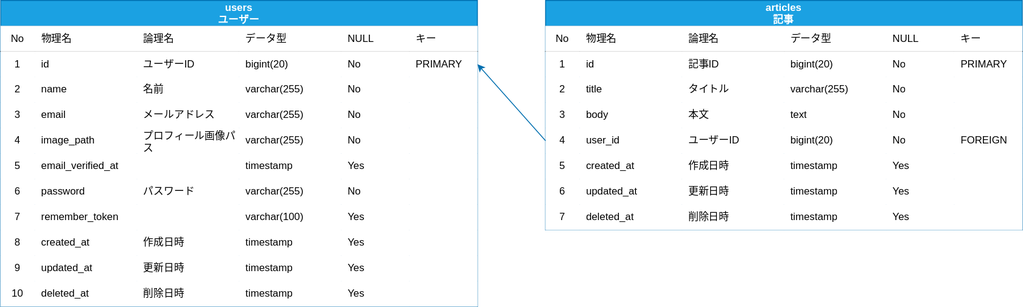
Above: document/er.drawio.svg in Migisan/laravel-vue-project (draw.io), before the change. Source tidied: cells renumbered, new cells last; positions are measured from the earlier drawing's top-left corner, leaving out a move shared by most shapes.
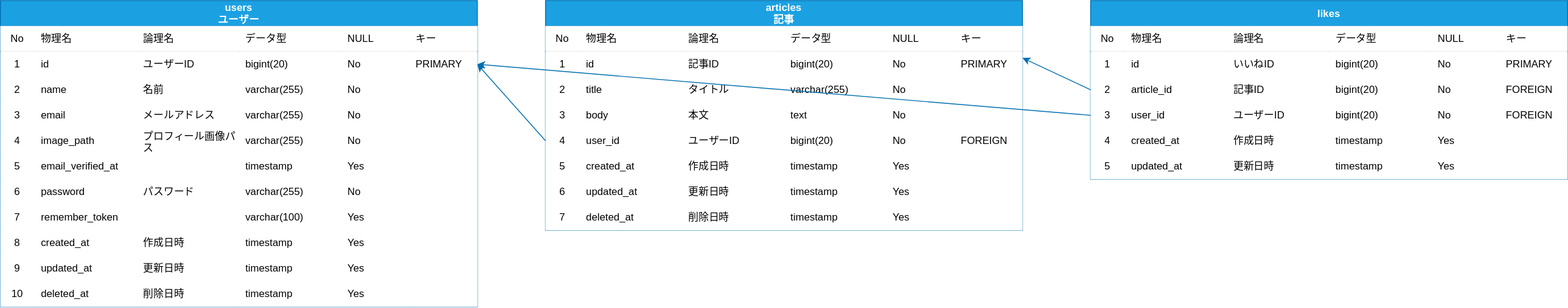
Above is the later version.

Commit message:
ER図にlikesテーブル追加

Diff of the diagram source:
```diff
@@ -410,5 +410,140 @@
     <mxCell id="137" style="html=1;exitX=0;exitY=0.5;exitDx=0;exitDy=0;entryX=1;entryY=0.5;entryDx=0;entryDy=0;fontColor=#FFFFFF;fillColor=#1ba1e2;strokeColor=#006EAF;" parent="1" edge="1" source="109" target="10">
       <mxGeometry relative="1" as="geometry" />
     </mxCell>
+    <mxCell id="138" value="likes" style="shape=table;startSize=30;rowLines=0;fontStyle=1;align=center;fillColor=#1ba1e2;fontColor=#ffffff;strokeColor=#006EAF;" parent="1" vertex="1">
+      <mxGeometry x="1280" width="560" height="210" as="geometry" />
+    </mxCell>
+    <mxCell id="139" style="shape=partialRectangle;html=1;whiteSpace=wrap;top=0;left=0;bottom=1;right=0;" parent="138" vertex="1">
+      <mxGeometry y="30" width="560" height="30" as="geometry" />
+    </mxCell>
+    <mxCell id="140" value="No" style="shape=partialRectangle;html=1;whiteSpace=wrap;top=0;left=0;bottom=0;right=0;overflow=hidden;" parent="139" vertex="1">
+      <mxGeometry width="40" height="30" as="geometry" />
+    </mxCell>
+    <mxCell id="141" value="物理名" style="shape=partialRectangle;html=1;whiteSpace=wrap;top=0;left=0;bottom=0;right=0;align=left;spacingLeft=6;overflow=hidden;" parent="139" vertex="1">
+      <mxGeometry x="40" width="120" height="30" as="geometry" />
+    </mxCell>
+    <mxCell id="142" value="論理名" style="shape=partialRectangle;html=1;whiteSpace=wrap;top=0;left=0;bottom=0;right=0;align=left;spacingLeft=6;overflow=hidden;" parent="139" vertex="1">
+      <mxGeometry x="160" width="120" height="30" as="geometry" />
+    </mxCell>
+    <mxCell id="143" value="データ型" style="shape=partialRectangle;html=1;whiteSpace=wrap;top=0;left=0;bottom=0;right=0;align=left;spacingLeft=6;overflow=hidden;" parent="139" vertex="1">
+      <mxGeometry x="280" width="120" height="30" as="geometry" />
+    </mxCell>
+    <mxCell id="144" value="NULL" style="shape=partialRectangle;html=1;whiteSpace=wrap;top=0;left=0;bottom=0;right=0;align=left;spacingLeft=6;overflow=hidden;" parent="139" vertex="1">
+      <mxGeometry x="400" width="80" height="30" as="geometry" />
+    </mxCell>
+    <mxCell id="145" value="キー" style="shape=partialRectangle;html=1;whiteSpace=wrap;top=0;left=0;bottom=0;right=0;align=left;spacingLeft=6;overflow=hidden;" parent="139" vertex="1">
+      <mxGeometry x="480" width="80" height="30" as="geometry" />
+    </mxCell>
+    <mxCell id="146" style="shape=partialRectangle;html=1;whiteSpace=wrap;top=0;left=0;bottom=0;right=0;" parent="138" vertex="1">
+      <mxGeometry y="60" width="560" height="30" as="geometry" />
+    </mxCell>
+    <mxCell id="147" value="1" style="shape=partialRectangle;html=1;whiteSpace=wrap;top=0;left=0;bottom=0;right=0;overflow=hidden;" parent="146" vertex="1">
+      <mxGeometry width="40" height="30" as="geometry" />
+    </mxCell>
+    <mxCell id="148" value="id" style="shape=partialRectangle;html=1;whiteSpace=wrap;top=0;left=0;bottom=0;right=0;align=left;spacingLeft=6;overflow=hidden;" parent="146" vertex="1">
+      <mxGeometry x="40" width="120" height="30" as="geometry" />
+    </mxCell>
+    <mxCell id="149" value="いいねID" style="shape=partialRectangle;html=1;whiteSpace=wrap;top=0;left=0;bottom=0;right=0;align=left;spacingLeft=6;overflow=hidden;" parent="146" vertex="1">
+      <mxGeometry x="160" width="120" height="30" as="geometry" />
+    </mxCell>
+    <mxCell id="150" value="bigint(20)" style="shape=partialRectangle;html=1;whiteSpace=wrap;top=0;left=0;bottom=0;right=0;align=left;spacingLeft=6;overflow=hidden;" parent="146" vertex="1">
+      <mxGeometry x="280" width="120" height="30" as="geometry" />
+    </mxCell>
+    <mxCell id="151" value="No" style="shape=partialRectangle;html=1;whiteSpace=wrap;top=0;left=0;bottom=0;right=0;align=left;spacingLeft=6;overflow=hidden;" parent="146" vertex="1">
+      <mxGeometry x="400" width="80" height="30" as="geometry" />
+    </mxCell>
+    <mxCell id="152" value="PRIMARY" style="shape=partialRectangle;html=1;whiteSpace=wrap;top=0;left=0;bottom=0;right=0;align=left;spacingLeft=6;overflow=hidden;" parent="146" vertex="1">
+      <mxGeometry x="480" width="80" height="30" as="geometry" />
+    </mxCell>
+    <mxCell id="153" style="shape=partialRectangle;html=1;whiteSpace=wrap;top=0;left=0;bottom=0;right=0;points=[[0,0.5],[1,0.5]];portConstraint=eastwest;" parent="138" vertex="1">
+      <mxGeometry y="90" width="560" height="30" as="geometry" />
+    </mxCell>
+    <mxCell id="154" value="2" style="shape=partialRectangle;html=1;whiteSpace=wrap;top=0;left=0;bottom=0;right=0;overflow=hidden;" parent="153" vertex="1">
+      <mxGeometry width="40" height="30" as="geometry" />
+    </mxCell>
+    <mxCell id="155" value="article_id" style="shape=partialRectangle;html=1;whiteSpace=wrap;top=0;left=0;bottom=0;right=0;align=left;spacingLeft=6;overflow=hidden;" parent="153" vertex="1">
+      <mxGeometry x="40" width="120" height="30" as="geometry" />
+    </mxCell>
+    <mxCell id="156" value="記事ID" style="shape=partialRectangle;html=1;whiteSpace=wrap;top=0;left=0;bottom=0;right=0;align=left;spacingLeft=6;overflow=hidden;" parent="153" vertex="1">
+      <mxGeometry x="160" width="120" height="30" as="geometry" />
+    </mxCell>
+    <mxCell id="157" value="bigint(20)" style="shape=partialRectangle;html=1;whiteSpace=wrap;top=0;left=0;bottom=0;right=0;align=left;spacingLeft=6;overflow=hidden;" parent="153" vertex="1">
+      <mxGeometry x="280" width="120" height="30" as="geometry" />
+    </mxCell>
+    <mxCell id="158" value="No" style="shape=partialRectangle;html=1;whiteSpace=wrap;top=0;left=0;bottom=0;right=0;align=left;spacingLeft=6;overflow=hidden;" parent="153" vertex="1">
+      <mxGeometry x="400" width="80" height="30" as="geometry" />
+    </mxCell>
+    <mxCell id="159" value="FOREIGN" style="shape=partialRectangle;html=1;whiteSpace=wrap;top=0;left=0;bottom=0;right=0;align=left;spacingLeft=6;overflow=hidden;" parent="153" vertex="1">
+      <mxGeometry x="480" width="80" height="30" as="geometry" />
+    </mxCell>
+    <mxCell id="160" style="shape=partialRectangle;html=1;whiteSpace=wrap;top=0;left=0;bottom=0;right=0;points=[[0,0.5],[1,0.5]];portConstraint=eastwest;" parent="138" vertex="1">
+      <mxGeometry y="120" width="560" height="30" as="geometry" />
+    </mxCell>
+    <mxCell id="161" value="3" style="shape=partialRectangle;html=1;whiteSpace=wrap;top=0;left=0;bottom=0;right=0;overflow=hidden;" parent="160" vertex="1">
+      <mxGeometry width="40" height="30" as="geometry" />
+    </mxCell>
+    <mxCell id="162" value="user_id" style="shape=partialRectangle;html=1;whiteSpace=wrap;top=0;left=0;bottom=0;right=0;align=left;spacingLeft=6;overflow=hidden;" parent="160" vertex="1">
+      <mxGeometry x="40" width="120" height="30" as="geometry" />
+    </mxCell>
+    <mxCell id="163" value="ユーザーID" style="shape=partialRectangle;html=1;whiteSpace=wrap;top=0;left=0;bottom=0;right=0;align=left;spacingLeft=6;overflow=hidden;" parent="160" vertex="1">
+      <mxGeometry x="160" width="120" height="30" as="geometry" />
+    </mxCell>
+    <mxCell id="164" value="bigint(20)" style="shape=partialRectangle;html=1;whiteSpace=wrap;top=0;left=0;bottom=0;right=0;align=left;spacingLeft=6;overflow=hidden;" parent="160" vertex="1">
+      <mxGeometry x="280" width="120" height="30" as="geometry" />
+    </mxCell>
+    <mxCell id="165" value="No" style="shape=partialRectangle;html=1;whiteSpace=wrap;top=0;left=0;bottom=0;right=0;align=left;spacingLeft=6;overflow=hidden;" parent="160" vertex="1">
+      <mxGeometry x="400" width="80" height="30" as="geometry" />
+    </mxCell>
+    <mxCell id="166" value="FOREIGN" style="shape=partialRectangle;html=1;whiteSpace=wrap;top=0;left=0;bottom=0;right=0;align=left;spacingLeft=6;overflow=hidden;" parent="160" vertex="1">
+      <mxGeometry x="480" width="80" height="30" as="geometry" />
+    </mxCell>
+    <mxCell id="167" style="shape=partialRectangle;html=1;whiteSpace=wrap;top=0;left=0;bottom=0;right=0;" parent="138" vertex="1">
+      <mxGeometry y="150" width="560" height="30" as="geometry" />
+    </mxCell>
+    <mxCell id="168" value="4" style="shape=partialRectangle;html=1;whiteSpace=wrap;top=0;left=0;bottom=0;right=0;overflow=hidden;" parent="167" vertex="1">
+      <mxGeometry width="40" height="30" as="geometry" />
+    </mxCell>
+    <mxCell id="169" value="created_at" style="shape=partialRectangle;html=1;whiteSpace=wrap;top=0;left=0;bottom=0;right=0;align=left;spacingLeft=6;overflow=hidden;" parent="167" vertex="1">
+      <mxGeometry x="40" width="120" height="30" as="geometry" />
+    </mxCell>
+    <mxCell id="170" value="作成日時" style="shape=partialRectangle;html=1;whiteSpace=wrap;top=0;left=0;bottom=0;right=0;align=left;spacingLeft=6;overflow=hidden;" parent="167" vertex="1">
+      <mxGeometry x="160" width="120" height="30" as="geometry" />
+    </mxCell>
+    <mxCell id="171" value="timestamp" style="shape=partialRectangle;html=1;whiteSpace=wrap;top=0;left=0;bottom=0;right=0;align=left;spacingLeft=6;overflow=hidden;" parent="167" vertex="1">
+      <mxGeometry x="280" width="120" height="30" as="geometry" />
+    </mxCell>
+    <mxCell id="172" value="Yes" style="shape=partialRectangle;html=1;whiteSpace=wrap;top=0;left=0;bottom=0;right=0;align=left;spacingLeft=6;overflow=hidden;" parent="167" vertex="1">
+      <mxGeometry x="400" width="80" height="30" as="geometry" />
+    </mxCell>
+    <mxCell id="173" style="shape=partialRectangle;html=1;whiteSpace=wrap;top=0;left=0;bottom=0;right=0;align=left;spacingLeft=6;overflow=hidden;" parent="167" vertex="1">
+      <mxGeometry x="480" width="80" height="30" as="geometry" />
+    </mxCell>
+    <mxCell id="174" style="shape=partialRectangle;html=1;whiteSpace=wrap;top=0;left=0;bottom=0;right=0;" parent="138" vertex="1">
+      <mxGeometry y="180" width="560" height="30" as="geometry" />
+    </mxCell>
+    <mxCell id="175" value="5" style="shape=partialRectangle;html=1;whiteSpace=wrap;top=0;left=0;bottom=0;right=0;overflow=hidden;" parent="174" vertex="1">
+      <mxGeometry width="40" height="30" as="geometry" />
+    </mxCell>
+    <mxCell id="176" value="updated_at" style="shape=partialRectangle;html=1;whiteSpace=wrap;top=0;left=0;bottom=0;right=0;align=left;spacingLeft=6;overflow=hidden;" parent="174" vertex="1">
+      <mxGeometry x="40" width="120" height="30" as="geometry" />
+    </mxCell>
+    <mxCell id="177" value="更新日時" style="shape=partialRectangle;html=1;whiteSpace=wrap;top=0;left=0;bottom=0;right=0;align=left;spacingLeft=6;overflow=hidden;" parent="174" vertex="1">
+      <mxGeometry x="160" width="120" height="30" as="geometry" />
+    </mxCell>
+    <mxCell id="178" value="timestamp" style="shape=partialRectangle;html=1;whiteSpace=wrap;top=0;left=0;bottom=0;right=0;align=left;spacingLeft=6;overflow=hidden;" parent="174" vertex="1">
+      <mxGeometry x="280" width="120" height="30" as="geometry" />
+    </mxCell>
+    <mxCell id="179" value="Yes" style="shape=partialRectangle;html=1;whiteSpace=wrap;top=0;left=0;bottom=0;right=0;align=left;spacingLeft=6;overflow=hidden;" parent="174" vertex="1">
+      <mxGeometry x="400" width="80" height="30" as="geometry" />
+    </mxCell>
+    <mxCell id="180" style="shape=partialRectangle;html=1;whiteSpace=wrap;top=0;left=0;bottom=0;right=0;align=left;spacingLeft=6;overflow=hidden;" parent="174" vertex="1">
+      <mxGeometry x="480" width="80" height="30" as="geometry" />
+    </mxCell>
+    <mxCell id="181" style="edgeStyle=none;html=1;exitX=0;exitY=0.5;exitDx=0;exitDy=0;entryX=1;entryY=0.25;entryDx=0;entryDy=0;fillColor=#1ba1e2;strokeColor=#006EAF;" parent="1" edge="1" source="153" target="80">
+      <mxGeometry relative="1" as="geometry" />
+    </mxCell>
+    <mxCell id="182" style="edgeStyle=none;html=1;exitX=0;exitY=0.5;exitDx=0;exitDy=0;entryX=1;entryY=0.5;entryDx=0;entryDy=0;fillColor=#1ba1e2;strokeColor=#006EAF;" parent="1" edge="1" source="160" target="10">
+      <mxGeometry relative="1" as="geometry" />
+    </mxCell>
   </root>
 </mxGraphModel>
```
